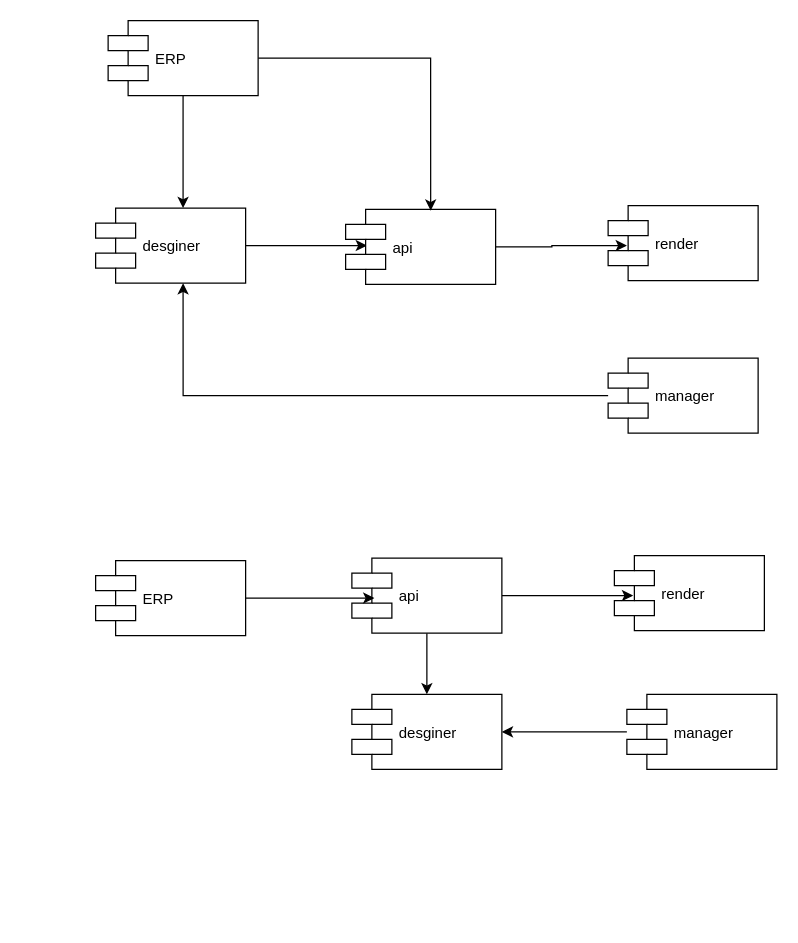
Before: page "Page-1" (1 of 4) of teemodesigner.drawio in mashifei/uml, a draw.io diagram. Source tidied: cells renumbered, new cells numbered last; positions are measured from the earlier drawing's top-left corner, leaving out a move shared by most shapes. Both pictures are drawn from the tidied source at 125%, with x=0, y=0 at pixel (95, 20).
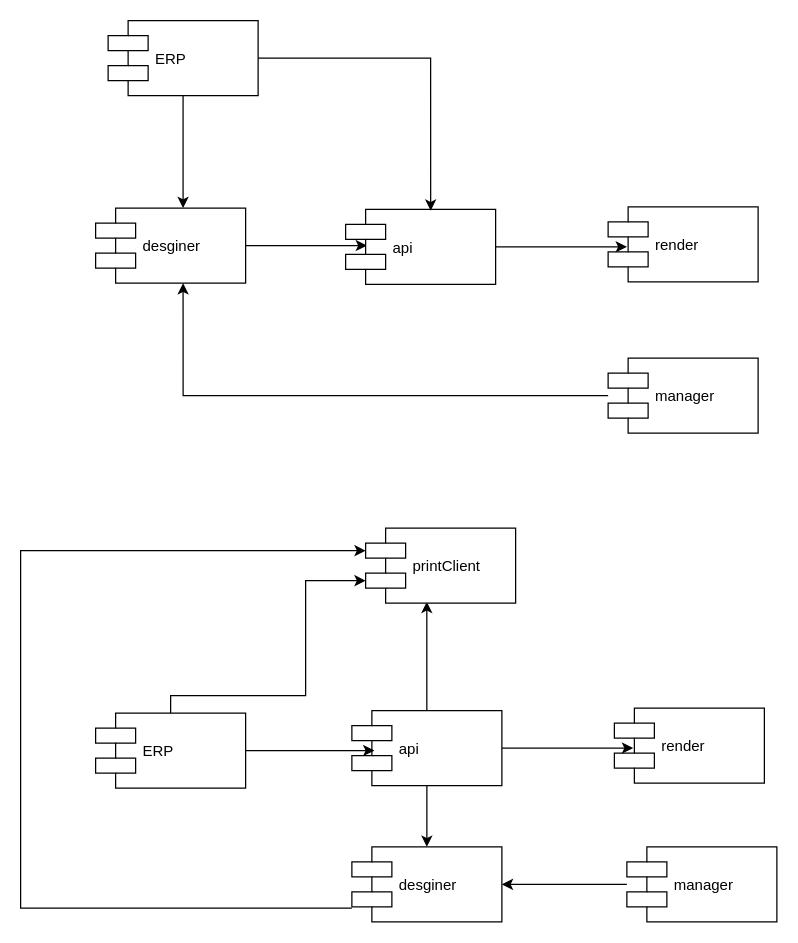
The same diagram, later.

The edit, as a diff of the source:
```diff
@@
     <mxCell id="6" value="render" style="shape=component;align=left;spacingLeft=36;" parent="1" vertex="1">
-      <mxGeometry x="410" y="148" width="120" height="60" as="geometry" />
+      <mxGeometry x="410" y="149" width="120" height="60" as="geometry" />
     </mxCell>
@@
     <mxCell id="13" value="manager" style="shape=component;align=left;spacingLeft=36;" parent="1" vertex="1">
-      <mxGeometry x="425" y="539" width="120" height="60" as="geometry" />
+      <mxGeometry x="425" y="661" width="120" height="60" as="geometry" />
     </mxCell>
     <mxCell id="14" value="render" style="shape=component;align=left;spacingLeft=36;" parent="1" vertex="1">
-      <mxGeometry x="415" y="428" width="120" height="60" as="geometry" />
+      <mxGeometry x="415" y="550" width="120" height="60" as="geometry" />
     </mxCell>
@@
+    <mxCell id="21" style="edgeStyle=orthogonalEdgeStyle;rounded=0;jettySize=auto;html=1;entryX=0.408;entryY=0.983;entryDx=0;entryDy=0;entryPerimeter=0;" parent="1" edge="1" source="17" target="24">
+      <mxGeometry relative="1" as="geometry" />
+    </mxCell>
     <mxCell id="17" value="api" style="shape=component;align=left;spacingLeft=36;" parent="1" vertex="1">
-      <mxGeometry x="205" y="430" width="120" height="60" as="geometry" />
+      <mxGeometry x="205" y="552" width="120" height="60" as="geometry" />
     </mxCell>
@@
+    <mxCell id="22" style="edgeStyle=orthogonalEdgeStyle;rounded=0;jettySize=auto;html=1;entryX=0;entryY=0.7;entryDx=0;entryDy=0;" parent="1" edge="1" source="19" target="24">
+      <mxGeometry relative="1" as="geometry">
+        <Array as="points">
+          <mxPoint x="60" y="540" />
+          <mxPoint x="168" y="540" />
+          <mxPoint x="168" y="448" />
+        </Array>
+      </mxGeometry>
+    </mxCell>
     <mxCell id="19" value="ERP" style="shape=component;align=left;spacingLeft=36;" parent="1" vertex="1">
-      <mxGeometry y="432" width="120" height="60" as="geometry" />
+      <mxGeometry y="554" width="120" height="60" as="geometry" />
     </mxCell>
+    <mxCell id="23" style="edgeStyle=orthogonalEdgeStyle;rounded=0;jettySize=auto;html=1;entryX=0;entryY=0.3;entryDx=0;entryDy=0;" parent="1" edge="1" source="20" target="24">
+      <mxGeometry relative="1" as="geometry">
+        <Array as="points">
+          <mxPoint x="-60" y="710" />
+          <mxPoint x="-60" y="424" />
+        </Array>
+      </mxGeometry>
+    </mxCell>
     <mxCell id="20" value="desginer" style="shape=component;align=left;spacingLeft=36;" parent="1" vertex="1">
-      <mxGeometry x="205" y="539" width="120" height="60" as="geometry" />
+      <mxGeometry x="205" y="661" width="120" height="60" as="geometry" />
     </mxCell>
+    <mxCell id="24" value="printClient" style="shape=component;align=left;spacingLeft=36;" parent="1" vertex="1">
+      <mxGeometry x="216" y="406" width="120" height="60" as="geometry" />
+    </mxCell>
```
